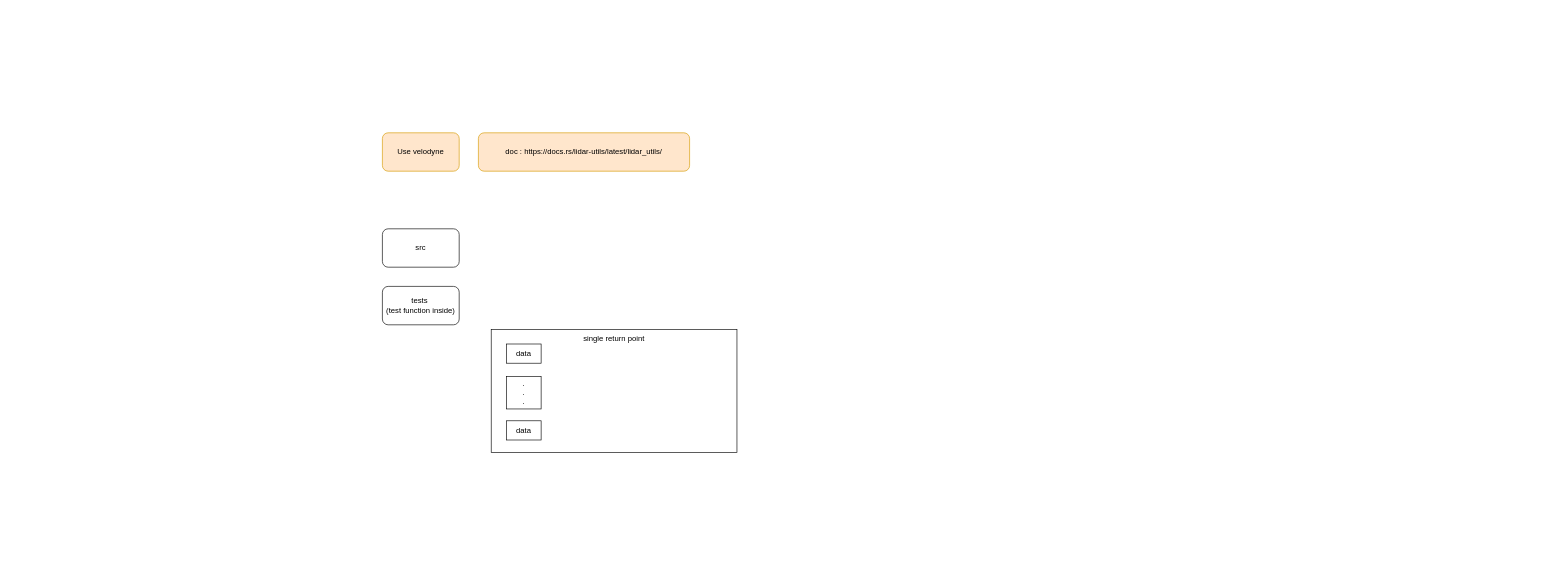
Before: rust-lidar-utils.drawio in YueChuCheng/Wayside_draw, a draw.io diagram. Source tidied: cells renumbered, new cells numbered last; positions are measured from the earlier drawing's top-left corner, leaving out a move shared by most shapes. Both pictures are drawn from the tidied source at 64%, with x=0, y=0 at pixel (382, 132).
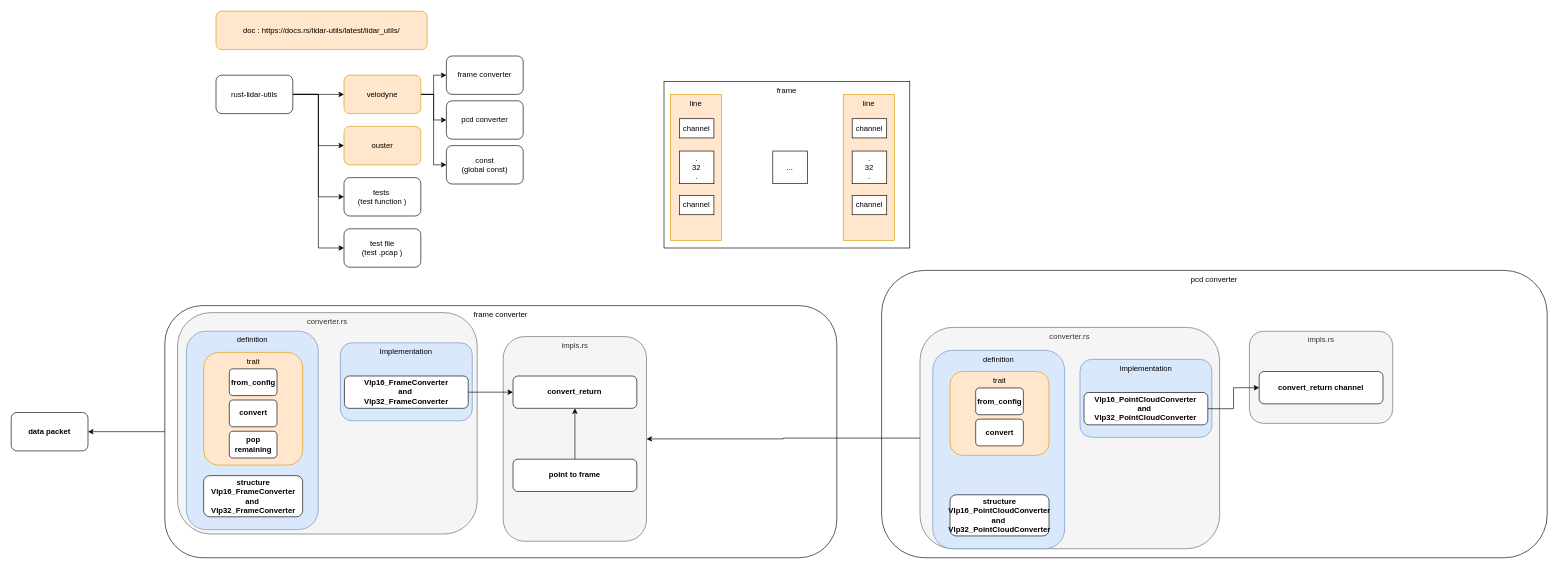
The same page after the edit.

Change to the diagram source:
```diff
@@
-    <mxCell id="2" value="single return point" style="rounded=0;whiteSpace=wrap;html=1;verticalAlign=top;" parent="1" vertex="1">
-      <mxGeometry x="170" y="307.5" width="384" height="192" as="geometry" />
-    </mxCell>
+    <mxCell id="10" value="pcd converter" style="rounded=1;whiteSpace=wrap;html=1;verticalAlign=top;" parent="1" vertex="1">
+      <mxGeometry x="780" y="215" width="1040" height="449" as="geometry" />
+    </mxCell>
+    <mxCell id="11" value="impls.rs" style="rounded=1;whiteSpace=wrap;html=1;verticalAlign=top;fillColor=#f5f5f5;strokeColor=#666666;fontColor=#333333;" parent="1" vertex="1">
+      <mxGeometry x="1354.7" y="310.1" width="223.9" height="143.9" as="geometry" />
+    </mxCell>
-    <mxCell id="3" value="tests&amp;nbsp;&lt;br&gt;(test function inside)" style="rounded=1;whiteSpace=wrap;html=1;" parent="1" vertex="1">
-      <mxGeometry y="240" width="120" height="60" as="geometry" />
+    <mxCell id="3" value="tests&amp;nbsp;&lt;br&gt;(test function )" style="rounded=1;whiteSpace=wrap;html=1;" parent="1" vertex="1">
+      <mxGeometry x="-60" y="70" width="120" height="60" as="geometry" />
     </mxCell>
-    <mxCell id="4" value="src" style="rounded=1;whiteSpace=wrap;html=1;" parent="1" vertex="1">
-      <mxGeometry y="150" width="120" height="60" as="geometry" />
+    <mxCell id="4" value="data packet" style="rounded=1;whiteSpace=wrap;html=1;fontStyle=1;" parent="1" vertex="1">
+      <mxGeometry x="-580" y="437" width="120" height="60" as="geometry" />
     </mxCell>
+    <mxCell id="12" style="edgeStyle=orthogonalEdgeStyle;rounded=0;jettySize=auto;html=1;entryX=0;entryY=0.5;entryDx=0;entryDy=0;" parent="1" edge="1" source="5" target="21">
+      <mxGeometry relative="1" as="geometry" />
+    </mxCell>
+    <mxCell id="13" style="edgeStyle=orthogonalEdgeStyle;rounded=0;jettySize=auto;html=1;" parent="1" edge="1" source="5" target="22">
+      <mxGeometry relative="1" as="geometry" />
+    </mxCell>
+    <mxCell id="14" style="edgeStyle=orthogonalEdgeStyle;rounded=0;jettySize=auto;html=1;entryX=0;entryY=0.5;entryDx=0;entryDy=0;" parent="1" edge="1" source="5" target="62">
+      <mxGeometry relative="1" as="geometry" />
+    </mxCell>
-    <mxCell id="5" value="Use velodyne" style="rounded=1;whiteSpace=wrap;html=1;fillColor=#ffe6cc;strokeColor=#d79b00;" parent="1" vertex="1">
-      <mxGeometry width="120" height="60" as="geometry" />
+    <mxCell id="5" value="velodyne" style="rounded=1;whiteSpace=wrap;html=1;fillColor=#ffe6cc;strokeColor=#d79b00;" parent="1" vertex="1">
+      <mxGeometry x="-60" y="-90" width="120" height="60" as="geometry" />
     </mxCell>
     <mxCell id="6" value="doc :&amp;nbsp;https://docs.rs/lidar-utils/latest/lidar_utils/" style="rounded=1;whiteSpace=wrap;html=1;fillColor=#ffe6cc;strokeColor=#d79b00;" parent="1" vertex="1">
-      <mxGeometry x="150" width="330" height="60" as="geometry" />
+      <mxGeometry x="-260" y="-190" width="330" height="60" as="geometry" />
     </mxCell>
+    <mxCell id="15" style="edgeStyle=orthogonalEdgeStyle;rounded=0;jettySize=auto;html=1;entryX=0;entryY=0.5;entryDx=0;entryDy=0;" parent="1" edge="1" source="19" target="5">
+      <mxGeometry relative="1" as="geometry" />
+    </mxCell>
+    <mxCell id="16" style="edgeStyle=orthogonalEdgeStyle;rounded=0;jettySize=auto;html=1;entryX=0;entryY=0.5;entryDx=0;entryDy=0;" parent="1" edge="1" source="19" target="20">
+      <mxGeometry relative="1" as="geometry" />
+    </mxCell>
+    <mxCell id="17" style="edgeStyle=orthogonalEdgeStyle;rounded=0;jettySize=auto;html=1;entryX=0;entryY=0.5;entryDx=0;entryDy=0;" parent="1" edge="1" source="19" target="3">
+      <mxGeometry relative="1" as="geometry" />
+    </mxCell>
+    <mxCell id="18" style="edgeStyle=orthogonalEdgeStyle;rounded=0;jettySize=auto;html=1;entryX=0;entryY=0.5;entryDx=0;entryDy=0;" parent="1" edge="1" source="19" target="23">
+      <mxGeometry relative="1" as="geometry" />
+    </mxCell>
+    <mxCell id="19" value="rust-lidar-utils" style="rounded=1;whiteSpace=wrap;html=1;" parent="1" vertex="1">
+      <mxGeometry x="-260" y="-90" width="120" height="60" as="geometry" />
+    </mxCell>
+    <mxCell id="20" value="ouster" style="rounded=1;whiteSpace=wrap;html=1;fillColor=#ffe6cc;strokeColor=#d79b00;" parent="1" vertex="1">
+      <mxGeometry x="-60" y="-10" width="120" height="60" as="geometry" />
+    </mxCell>
+    <mxCell id="21" value="frame converter" style="rounded=1;whiteSpace=wrap;html=1;" parent="1" vertex="1">
+      <mxGeometry x="100" y="-120" width="120" height="60" as="geometry" />
+    </mxCell>
+    <mxCell id="22" value="pcd converter" style="rounded=1;whiteSpace=wrap;html=1;" parent="1" vertex="1">
+      <mxGeometry x="100" y="-50" width="120" height="60" as="geometry" />
+    </mxCell>
+    <mxCell id="23" value="test file&lt;br&gt;(test .pcap )" style="rounded=1;whiteSpace=wrap;html=1;" parent="1" vertex="1">
+      <mxGeometry x="-60" y="150" width="120" height="60" as="geometry" />
+    </mxCell>
+    <mxCell id="24" style="group;" parent="1" vertex="1">
+      <mxGeometry x="440" y="-80" width="384" height="260" as="geometry" />
+    </mxCell>
+    <mxCell id="2" value="frame" style="rounded=0;whiteSpace=wrap;html=1;verticalAlign=top;" parent="24" vertex="1">
+      <mxGeometry width="384" height="260" as="geometry" />
+    </mxCell>
+    <mxCell id="25" style="group;" parent="24" vertex="1">
+      <mxGeometry x="10" y="20" width="80" height="228" as="geometry" />
+    </mxCell>
+    <mxCell id="26" value="line" style="rounded=0;whiteSpace=wrap;html=1;fillColor=#ffe6cc;strokeColor=#d79b00;verticalAlign=top;" parent="25" vertex="1">
+      <mxGeometry width="80" height="228" as="geometry" />
+    </mxCell>
-    <mxCell id="7" value="data" style="rounded=0;whiteSpace=wrap;html=1;" parent="1" vertex="1">
-      <mxGeometry x="194" y="450" width="54" height="30" as="geometry" />
+    <mxCell id="7" value="channel" style="rounded=0;whiteSpace=wrap;html=1;" parent="25" vertex="1">
+      <mxGeometry x="14" y="158" width="54" height="30" as="geometry" />
     </mxCell>
-    <mxCell id="8" value="data" style="rounded=0;whiteSpace=wrap;html=1;" parent="1" vertex="1">
-      <mxGeometry x="194" y="330" width="54" height="30" as="geometry" />
+    <mxCell id="8" value="channel" style="rounded=0;whiteSpace=wrap;html=1;" parent="25" vertex="1">
+      <mxGeometry x="14" y="38" width="54" height="30" as="geometry" />
     </mxCell>
-    <mxCell id="9" value=".&lt;br&gt;.&lt;br&gt;.&lt;br&gt;" style="rounded=0;whiteSpace=wrap;html=1;" parent="1" vertex="1">
-      <mxGeometry x="194" y="380.5" width="54" height="51" as="geometry" />
+    <mxCell id="9" value=".&lt;br&gt;32&lt;br&gt;." style="rounded=0;whiteSpace=wrap;html=1;" parent="25" vertex="1">
+      <mxGeometry x="14" y="88.5" width="54" height="51" as="geometry" />
     </mxCell>
+    <mxCell id="27" style="group;" parent="24" vertex="1">
+      <mxGeometry x="280" y="20" width="80" height="228" as="geometry" />
+    </mxCell>
+    <mxCell id="28" value="line" style="rounded=0;whiteSpace=wrap;html=1;fillColor=#ffe6cc;strokeColor=#d79b00;verticalAlign=top;" parent="27" vertex="1">
+      <mxGeometry width="80" height="228" as="geometry" />
+    </mxCell>
+    <mxCell id="29" value="channel" style="rounded=0;whiteSpace=wrap;html=1;" parent="27" vertex="1">
+      <mxGeometry x="14" y="158" width="54" height="30" as="geometry" />
+    </mxCell>
+    <mxCell id="30" value="channel" style="rounded=0;whiteSpace=wrap;html=1;" parent="27" vertex="1">
+      <mxGeometry x="14" y="38" width="54" height="30" as="geometry" />
+    </mxCell>
+    <mxCell id="31" value=".&lt;br&gt;32&lt;br&gt;." style="rounded=0;whiteSpace=wrap;html=1;" parent="27" vertex="1">
+      <mxGeometry x="14" y="88.5" width="54" height="51" as="geometry" />
+    </mxCell>
+    <mxCell id="32" value="..." style="rounded=0;whiteSpace=wrap;html=1;" parent="24" vertex="1">
+      <mxGeometry x="170" y="108.5" width="54" height="51" as="geometry" />
+    </mxCell>
+    <mxCell id="33" style="group;" parent="1" vertex="1">
+      <mxGeometry x="-320" y="270" width="1150" height="394" as="geometry" />
+    </mxCell>
+    <mxCell id="34" value="frame converter" style="rounded=1;whiteSpace=wrap;html=1;verticalAlign=top;" parent="33" vertex="1">
+      <mxGeometry x="-20" width="1050" height="394" as="geometry" />
+    </mxCell>
+    <mxCell id="35" value="impls.rs" style="rounded=1;whiteSpace=wrap;html=1;verticalAlign=top;fillColor=#f5f5f5;strokeColor=#666666;fontColor=#333333;" parent="33" vertex="1">
+      <mxGeometry x="508.8" y="48.4" width="223.9" height="319.8" as="geometry" />
+    </mxCell>
+    <mxCell id="36" value="converter.rs" style="rounded=1;whiteSpace=wrap;html=1;verticalAlign=top;fillColor=#f5f5f5;strokeColor=#666666;fontColor=#333333;" parent="33" vertex="1">
+      <mxGeometry y="11" width="468.1" height="345.9" as="geometry" />
+    </mxCell>
+    <mxCell id="37" value="Implementation" style="rounded=1;whiteSpace=wrap;html=1;verticalAlign=top;fillColor=#dae8fc;strokeColor=#6c8ebf;" parent="33" vertex="1">
+      <mxGeometry x="254.4" y="58.2" width="206" height="121.8" as="geometry" />
+    </mxCell>
+    <mxCell id="38" style="edgeStyle=orthogonalEdgeStyle;rounded=0;jettySize=auto;html=1;" parent="33" edge="1" source="39" target="40">
+      <mxGeometry relative="1" as="geometry" />
+    </mxCell>
+    <mxCell id="39" value="Vlp16_FrameConverter&lt;br&gt;and&amp;nbsp;&lt;br&gt;Vlp32_FrameConverter" style="rounded=1;whiteSpace=wrap;html=1;fontStyle=1;" parent="33" vertex="1">
+      <mxGeometry x="260.7" y="110" width="193.4" height="50.5" as="geometry" />
+    </mxCell>
+    <mxCell id="40" value="convert_return" style="rounded=1;whiteSpace=wrap;html=1;fontStyle=1;" parent="33" vertex="1">
+      <mxGeometry x="524.1" y="110" width="193.4" height="50.5" as="geometry" />
+    </mxCell>
+    <mxCell id="41" style="group;" parent="33" vertex="1">
+      <mxGeometry x="13.8" y="40" width="206" height="310" as="geometry" />
+    </mxCell>
+    <mxCell id="42" value="definition" style="rounded=1;whiteSpace=wrap;html=1;verticalAlign=top;fillColor=#dae8fc;strokeColor=#6c8ebf;" parent="41" vertex="1">
+      <mxGeometry width="206" height="310" as="geometry" />
+    </mxCell>
+    <mxCell id="43" value="trait" style="rounded=1;whiteSpace=wrap;html=1;verticalAlign=top;fillColor=#ffe6cc;strokeColor=#d79b00;" parent="41" vertex="1">
+      <mxGeometry x="26.9" y="33.1" width="154.7" height="176.1" as="geometry" />
+    </mxCell>
+    <mxCell id="44" value="from_config" style="rounded=1;whiteSpace=wrap;html=1;fontStyle=1;" parent="41" vertex="1">
+      <mxGeometry x="67" y="58.8" width="74.5" height="41.8" as="geometry" />
+    </mxCell>
+    <mxCell id="45" value="convert" style="rounded=1;whiteSpace=wrap;html=1;fontStyle=1;" parent="41" vertex="1">
+      <mxGeometry x="67" y="107.5" width="74.5" height="41.8" as="geometry" />
+    </mxCell>
+    <mxCell id="46" value="pop remaining" style="rounded=1;whiteSpace=wrap;html=1;fontStyle=1;" parent="41" vertex="1">
+      <mxGeometry x="67" y="156.3" width="74.5" height="41.8" as="geometry" />
+    </mxCell>
+    <mxCell id="47" value="structure&lt;br&gt;Vlp16_FrameConverter&lt;br&gt;and&amp;nbsp;&lt;br&gt;Vlp32_FrameConverter" style="rounded=1;whiteSpace=wrap;html=1;fontStyle=1;" parent="41" vertex="1">
+      <mxGeometry x="26.9" y="225.7" width="154.7" height="64.3" as="geometry" />
+    </mxCell>
+    <mxCell id="48" style="edgeStyle=orthogonalEdgeStyle;rounded=0;jettySize=auto;html=1;" parent="33" edge="1" source="49" target="40">
+      <mxGeometry relative="1" as="geometry" />
+    </mxCell>
+    <mxCell id="49" value="point to frame" style="rounded=1;whiteSpace=wrap;html=1;fontStyle=1;" parent="33" vertex="1">
+      <mxGeometry x="524.1" y="240" width="193.4" height="50.5" as="geometry" />
+    </mxCell>
+    <mxCell id="50" style="edgeStyle=orthogonalEdgeStyle;rounded=0;jettySize=auto;html=1;" parent="1" edge="1" source="34" target="4">
+      <mxGeometry relative="1" as="geometry" />
+    </mxCell>
+    <mxCell id="51" style="edgeStyle=orthogonalEdgeStyle;rounded=0;jettySize=auto;html=1;" parent="1" edge="1" source="52" target="35">
+      <mxGeometry relative="1" as="geometry" />
+    </mxCell>
+    <mxCell id="52" value="converter.rs" style="rounded=1;whiteSpace=wrap;html=1;verticalAlign=top;fillColor=#f5f5f5;strokeColor=#666666;fontColor=#333333;" parent="1" vertex="1">
+      <mxGeometry x="840" y="304" width="468.1" height="345.9" as="geometry" />
+    </mxCell>
+    <mxCell id="53" value="definition" style="rounded=1;whiteSpace=wrap;html=1;verticalAlign=top;fillColor=#dae8fc;strokeColor=#6c8ebf;" parent="1" vertex="1">
+      <mxGeometry x="860" y="339.9" width="206" height="310" as="geometry" />
+    </mxCell>
+    <mxCell id="54" value="trait" style="rounded=1;whiteSpace=wrap;html=1;verticalAlign=top;fillColor=#ffe6cc;strokeColor=#d79b00;" parent="1" vertex="1">
+      <mxGeometry x="886.9" y="373" width="154.7" height="131" as="geometry" />
+    </mxCell>
+    <mxCell id="55" value="from_config" style="rounded=1;whiteSpace=wrap;html=1;fontStyle=1;" parent="1" vertex="1">
+      <mxGeometry x="927" y="398.7" width="74.5" height="41.8" as="geometry" />
+    </mxCell>
+    <mxCell id="56" value="convert" style="rounded=1;whiteSpace=wrap;html=1;fontStyle=1;" parent="1" vertex="1">
+      <mxGeometry x="927" y="447.4" width="74.5" height="41.8" as="geometry" />
+    </mxCell>
+    <mxCell id="57" value="structure&lt;br&gt;Vlp16_PointCloudConverter&lt;br&gt;and&amp;nbsp;&lt;br&gt;Vlp32_PointCloudConverter" style="rounded=1;whiteSpace=wrap;html=1;fontStyle=1;" parent="1" vertex="1">
+      <mxGeometry x="886.9" y="565.6" width="154.7" height="64.3" as="geometry" />
+    </mxCell>
+    <mxCell id="58" value="Implementation" style="rounded=1;whiteSpace=wrap;html=1;verticalAlign=top;fillColor=#dae8fc;strokeColor=#6c8ebf;" parent="1" vertex="1">
+      <mxGeometry x="1090" y="354" width="206" height="121.8" as="geometry" />
+    </mxCell>
+    <mxCell id="59" style="edgeStyle=orthogonalEdgeStyle;rounded=0;jettySize=auto;html=1;" parent="1" edge="1" source="60" target="61">
+      <mxGeometry relative="1" as="geometry" />
+    </mxCell>
+    <mxCell id="60" value="Vlp16_PointCloudConverter&lt;br&gt;and&amp;nbsp;&lt;br&gt;Vlp32_PointCloudConverter" style="rounded=1;whiteSpace=wrap;html=1;fontStyle=1;" parent="1" vertex="1">
+      <mxGeometry x="1096.3" y="405.8" width="193.4" height="50.5" as="geometry" />
+    </mxCell>
+    <mxCell id="61" value="convert_return channel" style="rounded=1;whiteSpace=wrap;html=1;fontStyle=1;" parent="1" vertex="1">
+      <mxGeometry x="1370" y="373" width="193.4" height="50.5" as="geometry" />
+    </mxCell>
+    <mxCell id="62" value="const&lt;br&gt;(global const)" style="rounded=1;whiteSpace=wrap;html=1;" parent="1" vertex="1">
+      <mxGeometry x="100" y="20" width="120" height="60" as="geometry" />
+    </mxCell>
```
